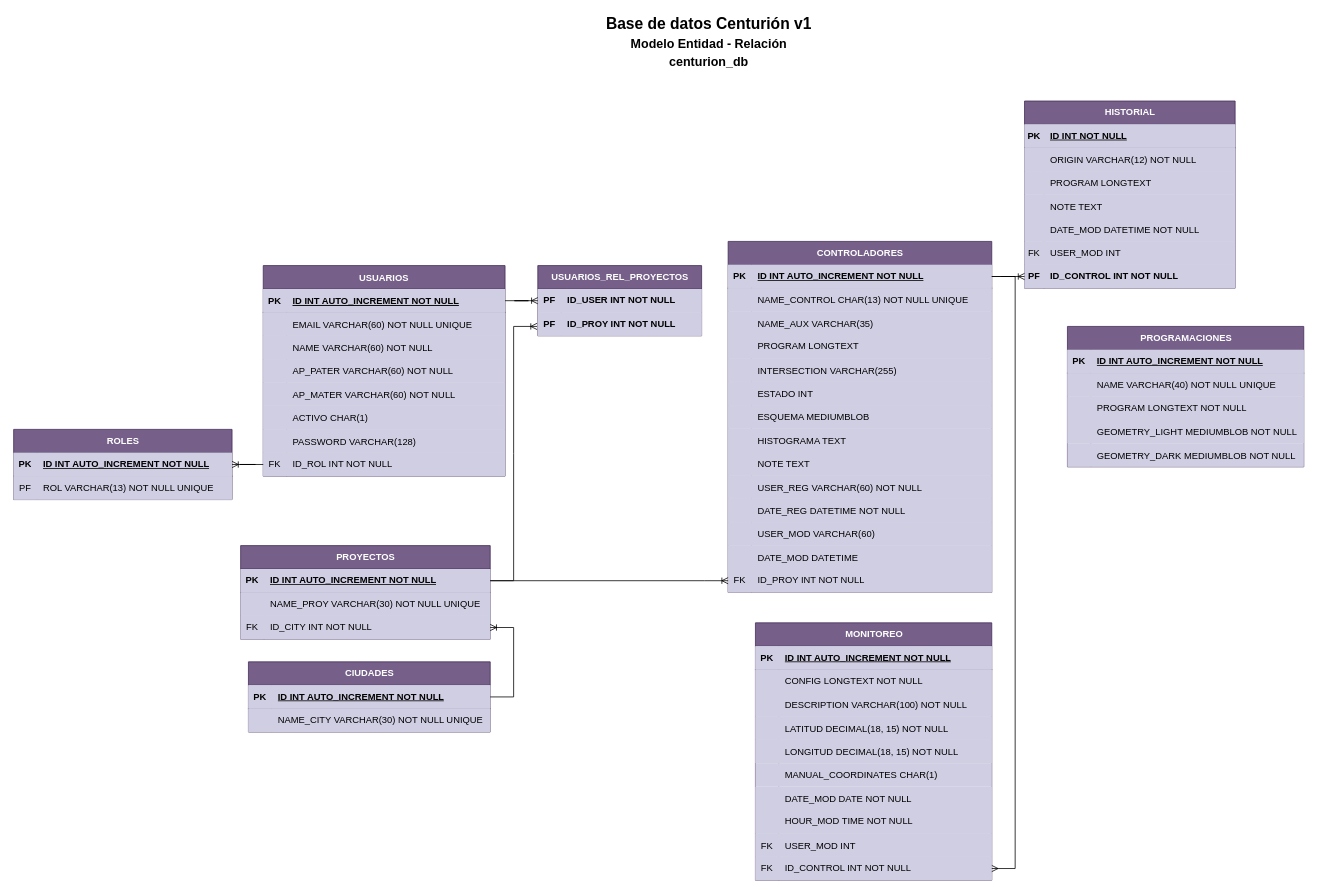
The draw.io diagram page "ERD-CEN-V1" (1 of 4) of BD-CENTURION.drawio in ChirinosM/Prueba, before the edit. Source tidied: cells renumbered, new cells numbered last; positions are measured from the earlier drawing's top-left corner, leaving out a move shared by most shapes. Both pictures are drawn from the tidied source at 78%, with x=0, y=0 at pixel (13, 14).
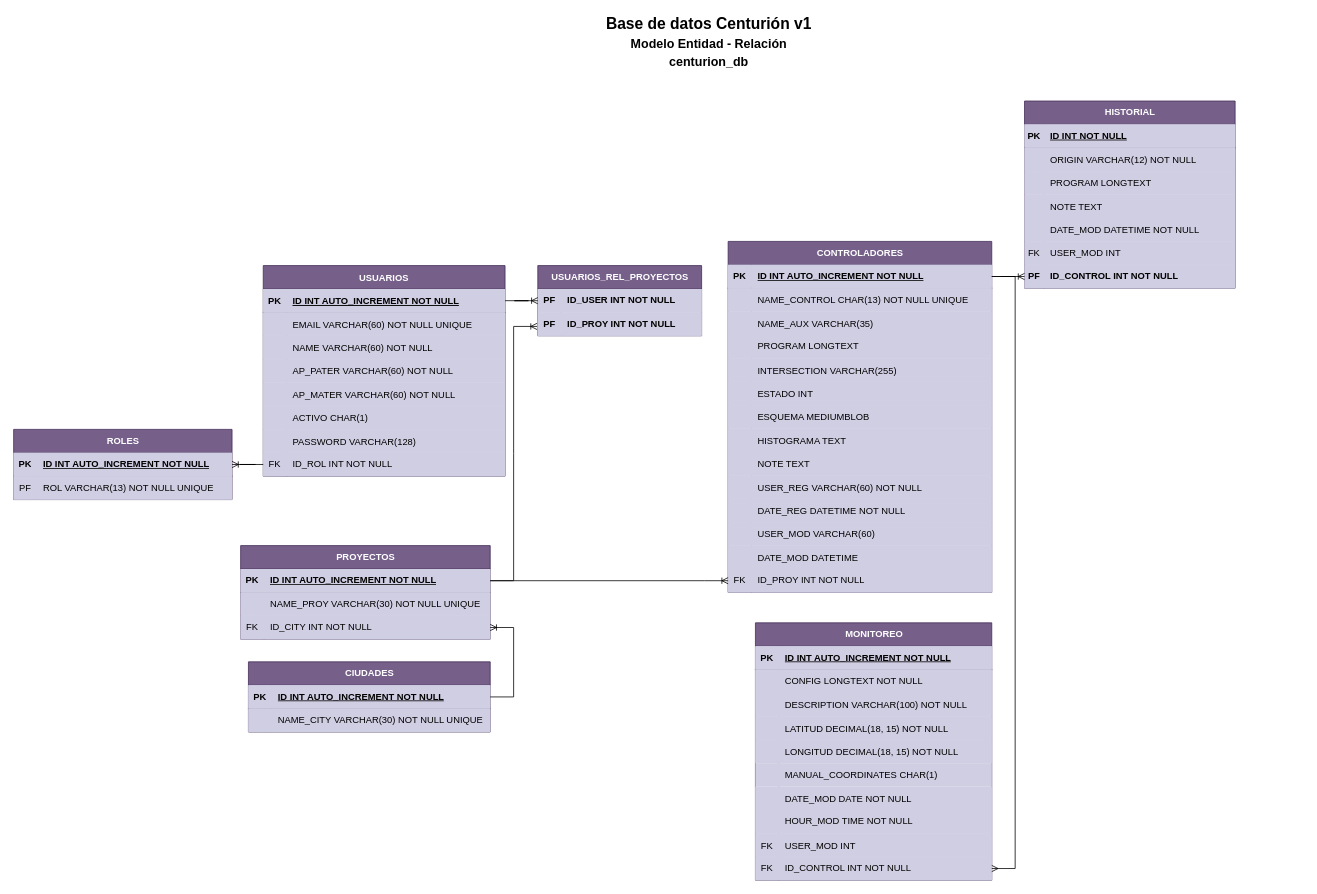
After the change.

Diff of the diagram source:
```diff
@@
-    <mxCell id="161" value="PROGRAMACIONES" style="shape=table;startSize=30;childLayout=tableLayout;rowLines=0;fontStyle=1;align=center;html=1;fillColor=#76608a;strokeColor=#432D57;fontColor=#ffffff;rounded=0;" parent="1" vertex="1">
-      <mxGeometry x="1351" y="400" width="303" height="180" as="geometry" />
-    </mxCell>
-    <mxCell id="162" style="shape=tableRow;horizontal=0;startSize=0;swimlaneHead=0;swimlaneBody=0;fillColor=#d0cee2;top=0;left=0;right=0;bottom=1;strokeColor=#56517e;rounded=0;" parent="161" vertex="1">
-      <mxGeometry y="30" width="303" height="30" as="geometry" />
-    </mxCell>
-    <mxCell id="163" value="PK" style="shape=partialRectangle;fillColor=#d0cee2;top=0;left=0;bottom=0;right=0;fontStyle=1;overflow=hidden;whiteSpace=wrap;html=1;strokeColor=#56517e;rounded=0;" parent="162" vertex="1">
-      <mxGeometry width="30" height="30" as="geometry" />
-    </mxCell>
-    <mxCell id="164" value="ID INT AUTO_INCREMENT NOT NULL" style="shape=partialRectangle;fillColor=#d0cee2;top=0;left=0;bottom=0;right=0;align=left;spacingLeft=6;fontStyle=5;overflow=hidden;whiteSpace=wrap;html=1;strokeColor=#56517e;rounded=0;" parent="162" vertex="1">
-      <mxGeometry x="30" width="273" height="30" as="geometry" />
-    </mxCell>
-    <mxCell id="165" style="shape=tableRow;horizontal=0;startSize=0;swimlaneHead=0;swimlaneBody=0;fillColor=#d0cee2;top=0;left=0;right=0;bottom=0;strokeColor=#56517e;" parent="161" vertex="1">
-      <mxGeometry y="60" width="303" height="30" as="geometry" />
-    </mxCell>
-    <mxCell id="166" style="shape=partialRectangle;fillColor=#d0cee2;top=0;left=0;bottom=0;right=0;overflow=hidden;strokeColor=#56517e;" parent="165" vertex="1">
-      <mxGeometry width="30" height="30" as="geometry" />
-    </mxCell>
-    <mxCell id="167" value="NAME VARCHAR(40) NOT NULL UNIQUE" style="shape=partialRectangle;fillColor=#d0cee2;top=0;left=0;bottom=0;right=0;align=left;spacingLeft=6;overflow=hidden;strokeColor=#56517e;" parent="165" vertex="1">
-      <mxGeometry x="30" width="273" height="30" as="geometry" />
-    </mxCell>
-    <mxCell id="168" style="shape=tableRow;horizontal=0;startSize=0;swimlaneHead=0;swimlaneBody=0;fillColor=#d0cee2;top=0;left=0;right=0;bottom=0;strokeColor=#56517e;rounded=0;" parent="161" vertex="1">
-      <mxGeometry y="90" width="303" height="30" as="geometry" />
-    </mxCell>
-    <mxCell id="169" style="shape=partialRectangle;fillColor=#d0cee2;top=0;left=0;bottom=0;right=0;overflow=hidden;whiteSpace=wrap;html=1;strokeColor=#56517e;rounded=0;" parent="168" vertex="1">
-      <mxGeometry width="30" height="30" as="geometry" />
-    </mxCell>
-    <mxCell id="170" value="PROGRAM LONGTEXT NOT NULL" style="shape=partialRectangle;fillColor=#d0cee2;top=0;left=0;bottom=0;right=0;align=left;spacingLeft=6;overflow=hidden;whiteSpace=wrap;html=1;strokeColor=#56517e;rounded=0;" parent="168" vertex="1">
-      <mxGeometry x="30" width="273" height="30" as="geometry" />
-    </mxCell>
-    <mxCell id="171" style="shape=tableRow;horizontal=0;startSize=0;swimlaneHead=0;swimlaneBody=0;fillColor=#d0cee2;top=0;left=0;right=0;bottom=0;strokeColor=#56517e;" parent="161" vertex="1">
-      <mxGeometry y="120" width="303" height="30" as="geometry" />
-    </mxCell>
-    <mxCell id="172" style="shape=partialRectangle;fillColor=#d0cee2;top=0;left=0;bottom=0;right=0;overflow=hidden;strokeColor=#56517e;" parent="171" vertex="1">
-      <mxGeometry width="30" height="30" as="geometry" />
-    </mxCell>
-    <mxCell id="173" value="GEOMETRY_LIGHT MEDIUMBLOB NOT NULL" style="shape=partialRectangle;fillColor=#d0cee2;top=0;left=0;bottom=0;right=0;align=left;spacingLeft=6;overflow=hidden;strokeColor=#56517e;" parent="171" vertex="1">
-      <mxGeometry x="30" width="273" height="30" as="geometry" />
-    </mxCell>
-    <mxCell id="174" style="shape=tableRow;horizontal=0;startSize=0;swimlaneHead=0;swimlaneBody=0;fillColor=#d0cee2;top=0;left=0;right=0;bottom=0;strokeColor=#56517e;" parent="161" vertex="1">
-      <mxGeometry y="150" width="303" height="30" as="geometry" />
-    </mxCell>
-    <mxCell id="175" style="shape=partialRectangle;fillColor=none;top=0;left=0;bottom=0;right=0;overflow=hidden;" parent="174" vertex="1">
-      <mxGeometry width="30" height="30" as="geometry" />
-    </mxCell>
-    <mxCell id="176" value="GEOMETRY_DARK MEDIUMBLOB NOT NULL" style="shape=partialRectangle;fillColor=none;top=0;left=0;bottom=0;right=0;align=left;spacingLeft=6;overflow=hidden;" parent="174" vertex="1">
-      <mxGeometry x="30" width="273" height="30" as="geometry" />
-    </mxCell>
```
